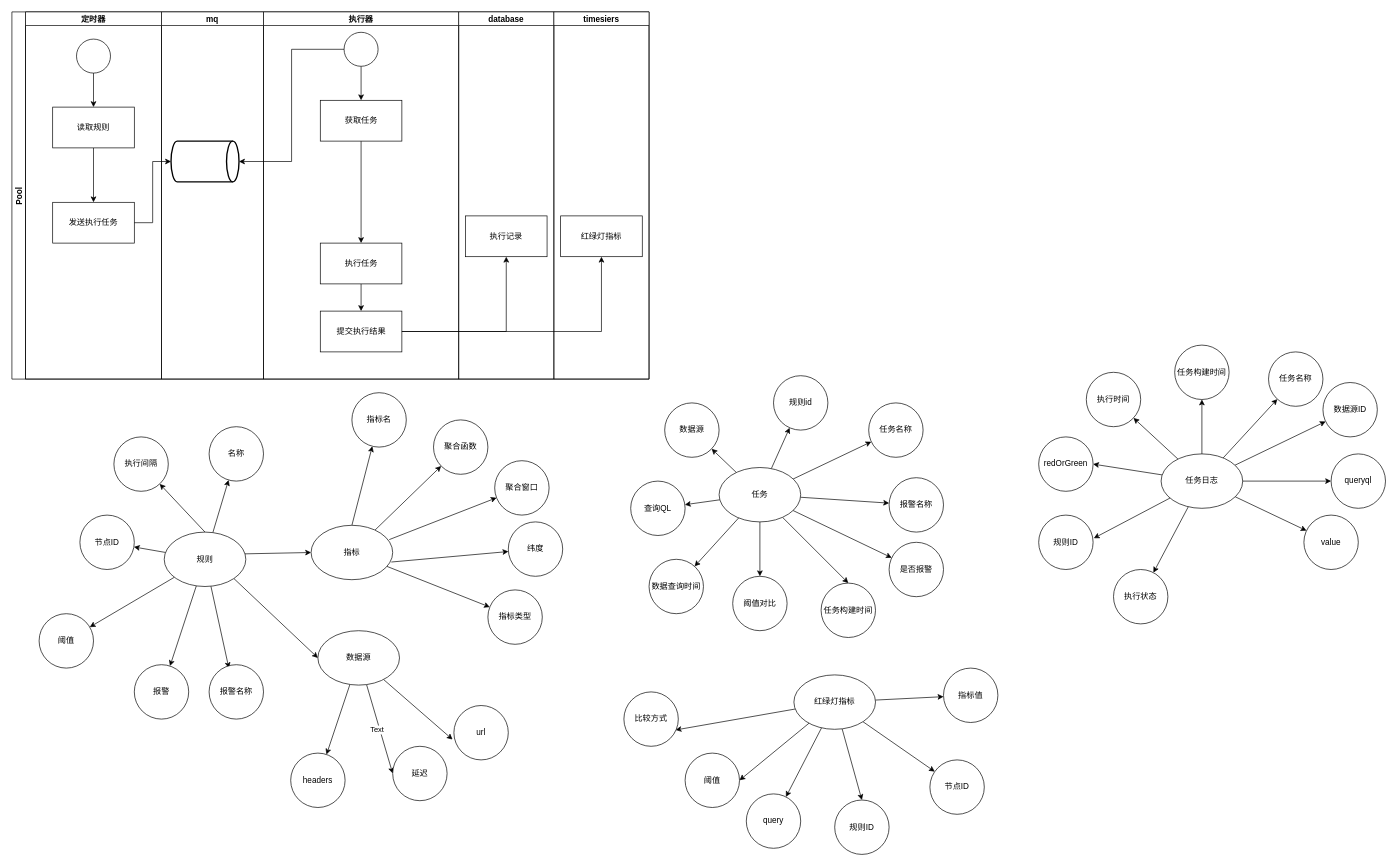
This is 红绿灯.drawio from biuboombiuboom/mydrawio, a draw.io file, before an edit. Source tidied: cells renumbered, new cells numbered last; positions are measured from the earlier drawing's top-left corner, leaving out a move shared by most shapes. Both pictures are drawn from the tidied source at 68%, with x=0, y=0 at pixel (12, 12).
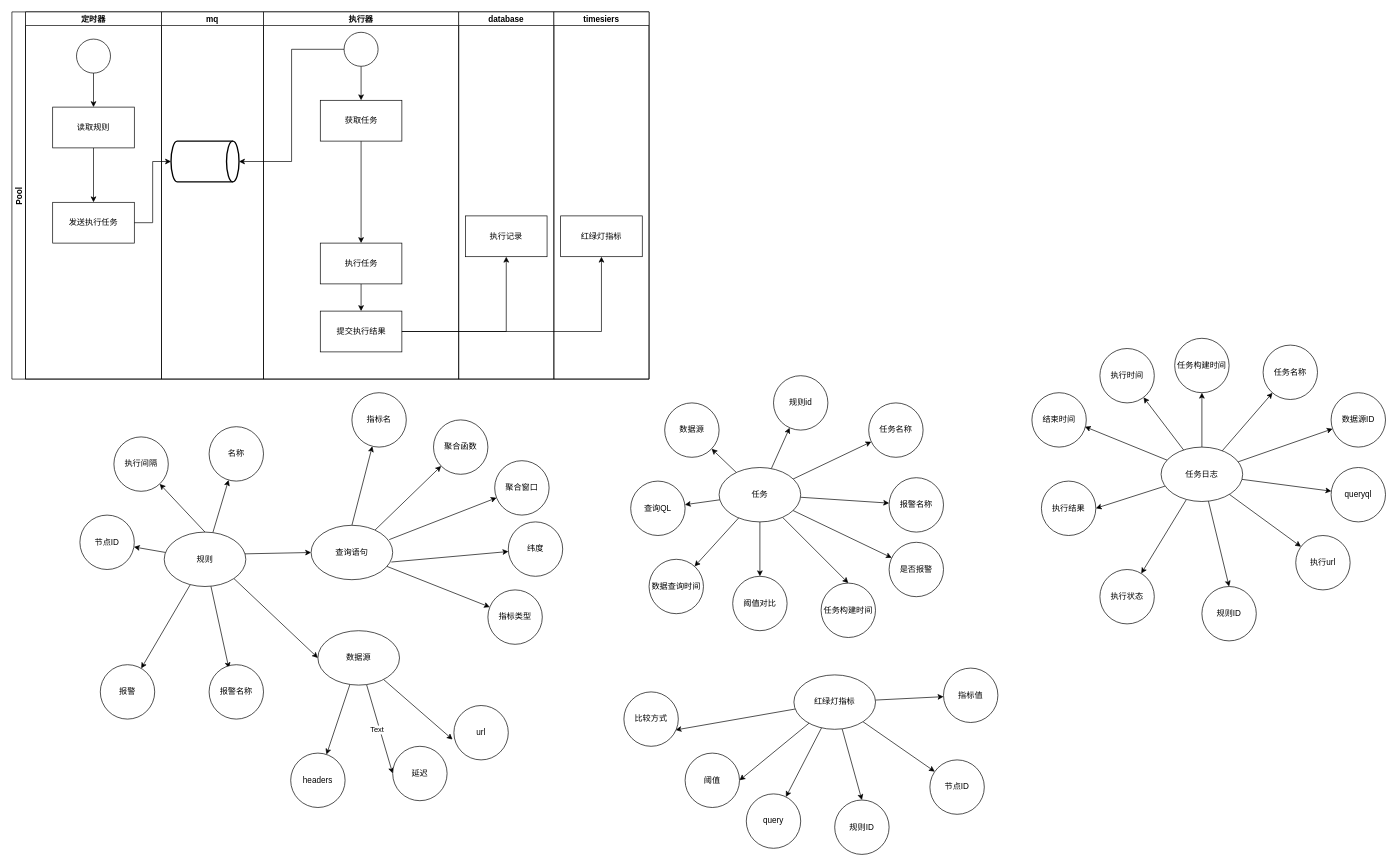
The same page after the edit.

Commit message:
更新红绿灯.drawio

Unchanged cells that the change refers to:
```xml
<mxCell id="43" value="规则" style="ellipse;whiteSpace=wrap;html=1;" parent="1" vertex="1">
  <mxGeometry x="224" y="765" width="120" height="80" as="geometry" />
</mxCell>
```

What changed in the source:
```diff
@@
-    <mxCell id="38" style="edgeStyle=none;rounded=0;jettySize=auto;html=1;" parent="1" edge="1" source="43" target="53">
-      <mxGeometry relative="1" as="geometry" />
-    </mxCell>
@@
-    <mxCell id="46" value="指标" style="ellipse;whiteSpace=wrap;html=1;" parent="1" vertex="1">
+    <mxCell id="46" value="查询语句" style="ellipse;whiteSpace=wrap;html=1;" parent="1" vertex="1">
       <mxGeometry x="440" y="755" width="120" height="80" as="geometry" />
     </mxCell>
@@
-    <mxCell id="53" value="阈值" style="ellipse;whiteSpace=wrap;html=1;" parent="1" vertex="1">
-      <mxGeometry x="40" y="885" width="80" height="80" as="geometry" />
-    </mxCell>
     <mxCell id="54" value="报警" style="ellipse;whiteSpace=wrap;html=1;" parent="1" vertex="1">
-      <mxGeometry x="180" y="960" width="80" height="80" as="geometry" />
+      <mxGeometry x="130" y="960" width="80" height="80" as="geometry" />
     </mxCell>
@@
-    <mxCell id="100" style="edgeStyle=none;rounded=0;jettySize=auto;html=1;entryX=1.013;entryY=0.425;entryDx=0;entryDy=0;entryPerimeter=0;" parent="1" edge="1" source="102" target="110">
+    <mxCell id="100" style="edgeStyle=none;rounded=0;jettySize=auto;html=1;entryX=0.5;entryY=0;entryDx=0;entryDy=0;" parent="1" edge="1" source="102" target="110">
       <mxGeometry relative="1" as="geometry" />
     </mxCell>
@@
+    <mxCell id="112" style="rounded=0;jettySize=auto;html=1;entryX=0.975;entryY=0.625;entryDx=0;entryDy=0;entryPerimeter=0;" parent="1" edge="1" source="102" target="113">
+      <mxGeometry relative="1" as="geometry" />
+    </mxCell>
     <mxCell id="102" value="任务日志" style="ellipse;whiteSpace=wrap;html=1;" parent="1" vertex="1">
-      <mxGeometry x="1690" y="650" width="120" height="80" as="geometry" />
+      <mxGeometry x="1690" y="640" width="120" height="80" as="geometry" />
     </mxCell>
     <mxCell id="103" value="执行时间" style="ellipse;whiteSpace=wrap;html=1;" parent="1" vertex="1">
-      <mxGeometry x="1580" y="530" width="80" height="80" as="geometry" />
+      <mxGeometry x="1600" y="495" width="80" height="80" as="geometry" />
     </mxCell>
     <mxCell id="104" value="任务构建时间" style="ellipse;whiteSpace=wrap;html=1;" parent="1" vertex="1">
-      <mxGeometry x="1710" y="490" width="80" height="80" as="geometry" />
+      <mxGeometry x="1710" y="480" width="80" height="80" as="geometry" />
     </mxCell>
     <mxCell id="105" value="任务名称" style="ellipse;whiteSpace=wrap;html=1;" parent="1" vertex="1">
-      <mxGeometry x="1848" y="500" width="80" height="80" as="geometry" />
+      <mxGeometry x="1840" y="490" width="80" height="80" as="geometry" />
     </mxCell>
     <mxCell id="106" value="数据源ID" style="ellipse;whiteSpace=wrap;html=1;" parent="1" vertex="1">
-      <mxGeometry x="1928" y="545" width="80" height="80" as="geometry" />
+      <mxGeometry x="1940" y="560" width="80" height="80" as="geometry" />
     </mxCell>
     <mxCell id="107" value="queryql" style="ellipse;whiteSpace=wrap;html=1;" parent="1" vertex="1">
-      <mxGeometry x="1940" y="650" width="80" height="80" as="geometry" />
+      <mxGeometry x="1940" y="670" width="80" height="80" as="geometry" />
     </mxCell>
-    <mxCell id="108" value="value" style="ellipse;whiteSpace=wrap;html=1;" parent="1" vertex="1">
-      <mxGeometry x="1900" y="740" width="80" height="80" as="geometry" />
+    <mxCell id="108" value="执行url" style="ellipse;whiteSpace=wrap;html=1;" parent="1" vertex="1">
+      <mxGeometry x="1888" y="770" width="80" height="80" as="geometry" />
     </mxCell>
-    <mxCell id="109" value="redOrGreen" style="ellipse;whiteSpace=wrap;html=1;" parent="1" vertex="1">
-      <mxGeometry x="1510" y="625" width="80" height="80" as="geometry" />
+    <mxCell id="109" value="执行结果" style="ellipse;whiteSpace=wrap;html=1;" parent="1" vertex="1">
+      <mxGeometry x="1514" y="690" width="80" height="80" as="geometry" />
     </mxCell>
     <mxCell id="110" value="规则ID" style="ellipse;whiteSpace=wrap;html=1;" parent="1" vertex="1">
-      <mxGeometry x="1510" y="740" width="80" height="80" as="geometry" />
+      <mxGeometry x="1750" y="845" width="80" height="80" as="geometry" />
     </mxCell>
     <mxCell id="111" value="执行状态" style="ellipse;whiteSpace=wrap;html=1;" parent="1" vertex="1">
-      <mxGeometry x="1620" y="820" width="80" height="80" as="geometry" />
+      <mxGeometry x="1600" y="820" width="80" height="80" as="geometry" />
     </mxCell>
+    <mxCell id="113" value="结束时间" style="ellipse;whiteSpace=wrap;html=1;" parent="1" vertex="1">
+      <mxGeometry x="1500" y="560" width="80" height="80" as="geometry" />
+    </mxCell>
```
